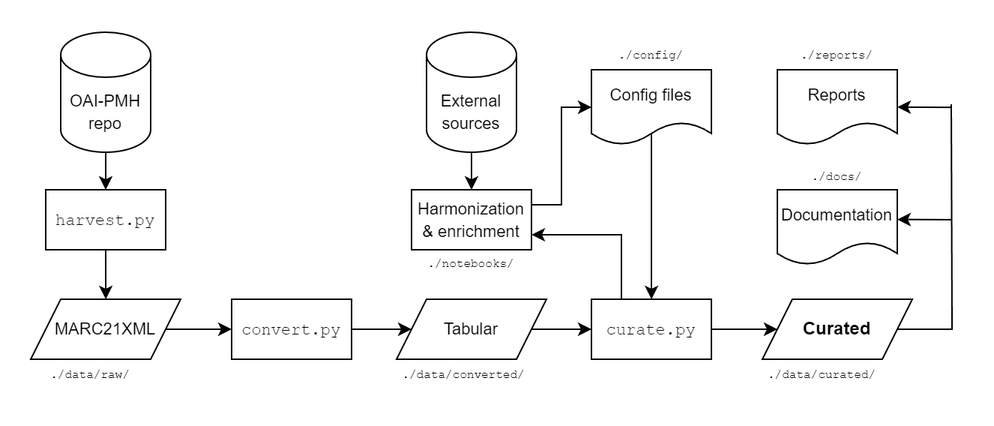
The draw.io diagram pipeline.png in RaRa-digiLab/enb-curator, before a commit. Source tidied: cells renumbered, new cells last; positions are measured from the earlier drawing's top-left corner, leaving out a move shared by most shapes. Its diagram source:
```xml
<mxGraphModel>
  <root>
    <mxCell id="0" />
    <mxCell id="1" parent="0" />
    <mxCell id="2" value="&lt;font style=&quot;font-size: 11px;&quot;&gt;OAI-PMH&lt;br&gt;repo&lt;/font&gt;" style="shape=cylinder3;whiteSpace=wrap;html=1;boundedLbl=1;backgroundOutline=1;size=15;" parent="1" vertex="1">
      <mxGeometry x="20" y="1" width="60" height="80" as="geometry" />
    </mxCell>
    <mxCell id="3" style="edgeStyle=orthogonalEdgeStyle;rounded=0;jettySize=auto;html=1;exitX=0.5;exitY=1;exitDx=0;exitDy=0;" parent="1" edge="1" source="11">
      <mxGeometry relative="1" as="geometry">
        <mxPoint x="50" y="179" as="targetPoint" />
      </mxGeometry>
    </mxCell>
    <mxCell id="4" style="edgeStyle=orthogonalEdgeStyle;rounded=0;jettySize=auto;html=1;entryX=0;entryY=0.5;entryDx=0;entryDy=0;" parent="1" edge="1" source="5" target="12">
      <mxGeometry relative="1" as="geometry" />
    </mxCell>
    <mxCell id="5" value="&lt;font style=&quot;font-size: 11px;&quot;&gt;MARC21XML&lt;/font&gt;" style="shape=parallelogram;perimeter=parallelogramPerimeter;whiteSpace=wrap;html=1;fixedSize=1;" parent="1" vertex="1">
      <mxGeometry y="179" width="100" height="40" as="geometry" />
    </mxCell>
    <mxCell id="6" style="edgeStyle=orthogonalEdgeStyle;rounded=0;jettySize=auto;html=1;exitX=1;exitY=0.5;exitDx=0;exitDy=0;entryX=0;entryY=0.5;entryDx=0;entryDy=0;" parent="1" edge="1" source="12" target="14">
      <mxGeometry relative="1" as="geometry" />
    </mxCell>
    <mxCell id="7" style="edgeStyle=orthogonalEdgeStyle;rounded=0;jettySize=auto;html=1;exitX=0.25;exitY=0;exitDx=0;exitDy=0;entryX=1;entryY=0.75;entryDx=0;entryDy=0;" parent="1" edge="1" target="18">
      <mxGeometry relative="1" as="geometry">
        <mxPoint x="394" y="179" as="sourcePoint" />
        <Array as="points">
          <mxPoint x="394" y="136" />
        </Array>
      </mxGeometry>
    </mxCell>
    <mxCell id="8" style="edgeStyle=orthogonalEdgeStyle;rounded=0;jettySize=auto;html=1;entryX=0.5;entryY=0;entryDx=0;entryDy=0;" parent="1" edge="1" source="9" target="18">
      <mxGeometry relative="1" as="geometry" />
    </mxCell>
    <mxCell id="9" value="&lt;font style=&quot;font-size: 11px;&quot;&gt;External&lt;br&gt;sources&lt;/font&gt;" style="shape=cylinder3;whiteSpace=wrap;html=1;boundedLbl=1;backgroundOutline=1;size=15;" parent="1" vertex="1">
      <mxGeometry x="264" y="1" width="60" height="80" as="geometry" />
    </mxCell>
    <mxCell id="10" style="endArrow=classic;html=1;rounded=0;exitX=0.5;exitY=1;exitDx=0;exitDy=0;exitPerimeter=0;entryX=0.5;entryY=0;entryDx=0;entryDy=0;" parent="1" edge="1" source="2" target="11">
      <mxGeometry relative="1" as="geometry" />
    </mxCell>
    <mxCell id="11" value="&lt;font style=&quot;font-size: 11px;&quot; face=&quot;Courier New&quot;&gt;harvest.py&lt;/font&gt;" style="rounded=0;whiteSpace=wrap;html=1;" parent="1" vertex="1">
      <mxGeometry x="10" y="106" width="80" height="40" as="geometry" />
    </mxCell>
    <mxCell id="12" value="&lt;font style=&quot;font-size: 11px;&quot; face=&quot;Courier New&quot;&gt;convert.py&lt;/font&gt;" style="rounded=0;whiteSpace=wrap;html=1;" parent="1" vertex="1">
      <mxGeometry x="134" y="179" width="80" height="40" as="geometry" />
    </mxCell>
    <mxCell id="13" style="edgeStyle=orthogonalEdgeStyle;rounded=0;jettySize=auto;html=1;" parent="1" edge="1" source="14" target="16">
      <mxGeometry relative="1" as="geometry" />
    </mxCell>
    <mxCell id="14" value="&lt;font style=&quot;font-size: 11px;&quot;&gt;Tabular&lt;/font&gt;" style="shape=parallelogram;perimeter=parallelogramPerimeter;whiteSpace=wrap;html=1;fixedSize=1;" parent="1" vertex="1">
      <mxGeometry x="244" y="179" width="100" height="40" as="geometry" />
    </mxCell>
    <mxCell id="15" style="edgeStyle=orthogonalEdgeStyle;rounded=0;jettySize=auto;html=1;" parent="1" edge="1" source="16" target="17">
      <mxGeometry relative="1" as="geometry" />
    </mxCell>
    <mxCell id="16" value="&lt;font style=&quot;font-size: 11px;&quot; face=&quot;Courier New&quot;&gt;curate.py&lt;/font&gt;" style="rounded=0;whiteSpace=wrap;html=1;" parent="1" vertex="1">
      <mxGeometry x="374" y="179" width="80" height="40" as="geometry" />
    </mxCell>
    <mxCell id="17" value="&lt;b&gt;Curated&lt;/b&gt;" style="shape=parallelogram;perimeter=parallelogramPerimeter;whiteSpace=wrap;html=1;fixedSize=1;" parent="1" vertex="1">
      <mxGeometry x="488" y="179" width="100" height="40" as="geometry" />
    </mxCell>
    <mxCell id="18" value="&lt;font style=&quot;font-size: 11px;&quot;&gt;Harmonization &amp;amp; enrichment&lt;/font&gt;" style="rounded=0;whiteSpace=wrap;html=1;" parent="1" vertex="1">
      <mxGeometry x="254" y="106" width="80" height="40" as="geometry" />
    </mxCell>
    <mxCell id="19" style="edgeStyle=orthogonalEdgeStyle;rounded=0;jettySize=auto;html=1;exitX=0.5;exitY=0.847;exitDx=0;exitDy=0;exitPerimeter=0;" parent="1" edge="1" source="20">
      <mxGeometry relative="1" as="geometry">
        <mxPoint x="414" y="179" as="targetPoint" />
      </mxGeometry>
    </mxCell>
    <mxCell id="20" value="&lt;font style=&quot;font-size: 11px;&quot;&gt;Config files&lt;/font&gt;" style="shape=document;whiteSpace=wrap;html=1;boundedLbl=1;" parent="1" vertex="1">
      <mxGeometry x="374" y="26" width="80" height="50" as="geometry" />
    </mxCell>
    <mxCell id="21" style="edgeStyle=orthogonalEdgeStyle;rounded=0;jettySize=auto;html=1;exitX=1;exitY=0.25;exitDx=0;exitDy=0;entryX=0;entryY=0.5;entryDx=0;entryDy=0;" parent="1" edge="1" source="18" target="20">
      <mxGeometry relative="1" as="geometry" />
    </mxCell>
    <mxCell id="22" value="&lt;font style=&quot;font-size: 11px;&quot;&gt;Documentation&lt;/font&gt;" style="shape=document;whiteSpace=wrap;html=1;boundedLbl=1;" parent="1" vertex="1">
      <mxGeometry x="498" y="106" width="80" height="50" as="geometry" />
    </mxCell>
    <mxCell id="23" value="&lt;font style=&quot;font-size: 8px;&quot; face=&quot;Courier New&quot;&gt;./data/raw/&lt;/font&gt;" style="text;html=1;align=center;verticalAlign=middle;whiteSpace=wrap;rounded=0;" parent="1" vertex="1">
      <mxGeometry x="10" y="213" width="60" height="30" as="geometry" />
    </mxCell>
    <mxCell id="24" value="&lt;font style=&quot;font-size: 8px;&quot; face=&quot;Courier New&quot;&gt;./data/converted/&lt;/font&gt;" style="text;html=1;align=center;verticalAlign=middle;whiteSpace=wrap;rounded=0;" parent="1" vertex="1">
      <mxGeometry x="259" y="213" width="60" height="30" as="geometry" />
    </mxCell>
    <mxCell id="25" value="&lt;font style=&quot;font-size: 8px;&quot; face=&quot;Courier New&quot;&gt;./data/curated/&lt;/font&gt;" style="text;html=1;align=center;verticalAlign=middle;whiteSpace=wrap;rounded=0;" parent="1" vertex="1">
      <mxGeometry x="498" y="213" width="60" height="30" as="geometry" />
    </mxCell>
    <mxCell id="26" value="&lt;font style=&quot;font-size: 8px;&quot; face=&quot;Courier New&quot;&gt;./notebooks/&lt;/font&gt;" style="text;html=1;align=center;verticalAlign=middle;whiteSpace=wrap;rounded=0;" parent="1" vertex="1">
      <mxGeometry x="264" y="139" width="60" height="30" as="geometry" />
    </mxCell>
    <mxCell id="27" value="&lt;font style=&quot;font-size: 11px;&quot;&gt;Reports&lt;/font&gt;" style="shape=document;whiteSpace=wrap;html=1;boundedLbl=1;" parent="1" vertex="1">
      <mxGeometry x="498" y="26" width="80" height="50" as="geometry" />
    </mxCell>
    <mxCell id="28" style="endArrow=none;html=1;rounded=0;exitX=1;exitY=0.5;exitDx=0;exitDy=0;edgeStyle=orthogonalEdgeStyle;strokeWidth=1;endFill=0;" parent="1" edge="1" source="17">
      <mxGeometry relative="1" as="geometry">
        <mxPoint x="614" y="49" as="targetPoint" />
      </mxGeometry>
    </mxCell>
    <mxCell id="29" style="endArrow=classic;html=1;rounded=0;entryX=0.986;entryY=0.398;entryDx=0;entryDy=0;entryPerimeter=0;" parent="1" edge="1">
      <mxGeometry relative="1" as="geometry">
        <mxPoint x="614" y="51.1" as="sourcePoint" />
        <mxPoint x="578" y="50.9" as="targetPoint" />
      </mxGeometry>
    </mxCell>
    <mxCell id="30" style="endArrow=classic;html=1;rounded=0;entryX=0.986;entryY=0.398;entryDx=0;entryDy=0;entryPerimeter=0;" parent="1" edge="1">
      <mxGeometry relative="1" as="geometry">
        <mxPoint x="614" y="126" as="sourcePoint" />
        <mxPoint x="578" y="125.8" as="targetPoint" />
      </mxGeometry>
    </mxCell>
    <mxCell id="31" value="&lt;font style=&quot;font-size: 8px;&quot; face=&quot;Courier New&quot;&gt;./config/&lt;/font&gt;" style="text;html=1;align=center;verticalAlign=middle;whiteSpace=wrap;rounded=0;" parent="1" vertex="1">
      <mxGeometry x="384" width="60" height="30" as="geometry" />
    </mxCell>
    <mxCell id="32" value="&lt;font style=&quot;font-size: 8px;&quot; face=&quot;Courier New&quot;&gt;./reports/&lt;/font&gt;" style="text;html=1;align=center;verticalAlign=middle;whiteSpace=wrap;rounded=0;" parent="1" vertex="1">
      <mxGeometry x="508" width="60" height="30" as="geometry" />
    </mxCell>
    <mxCell id="33" value="&lt;font style=&quot;font-size: 8px;&quot; face=&quot;Courier New&quot;&gt;./docs/&lt;/font&gt;" style="text;html=1;align=center;verticalAlign=middle;whiteSpace=wrap;rounded=0;" parent="1" vertex="1">
      <mxGeometry x="508" y="81" width="60" height="30" as="geometry" />
    </mxCell>
  </root>
</mxGraphModel>
```
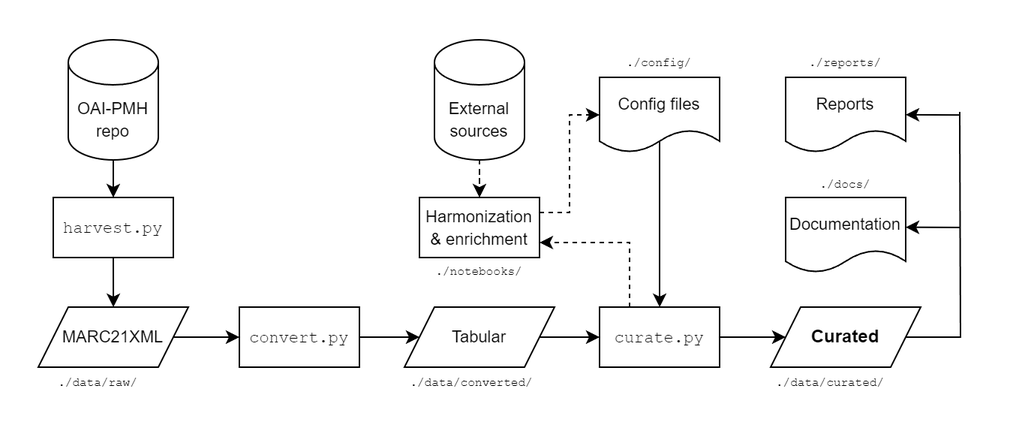
After the change.

Commit message:
add dashed lines

Change to the diagram source:
```diff
@@ -19,7 +19,7 @@
     <mxCell id="6" style="edgeStyle=orthogonalEdgeStyle;rounded=0;jettySize=auto;html=1;exitX=1;exitY=0.5;exitDx=0;exitDy=0;entryX=0;entryY=0.5;entryDx=0;entryDy=0;" parent="1" edge="1" source="12" target="14">
       <mxGeometry relative="1" as="geometry" />
     </mxCell>
-    <mxCell id="7" style="edgeStyle=orthogonalEdgeStyle;rounded=0;jettySize=auto;html=1;exitX=0.25;exitY=0;exitDx=0;exitDy=0;entryX=1;entryY=0.75;entryDx=0;entryDy=0;" parent="1" edge="1" target="18">
+    <mxCell id="7" style="edgeStyle=orthogonalEdgeStyle;rounded=0;jettySize=auto;html=1;exitX=0.25;exitY=0;exitDx=0;exitDy=0;entryX=1;entryY=0.75;entryDx=0;entryDy=0;dashed=1;" parent="1" edge="1" target="18">
       <mxGeometry relative="1" as="geometry">
         <mxPoint x="394" y="179" as="sourcePoint" />
         <Array as="points">
@@ -27,7 +27,7 @@
         </Array>
       </mxGeometry>
     </mxCell>
-    <mxCell id="8" style="edgeStyle=orthogonalEdgeStyle;rounded=0;jettySize=auto;html=1;entryX=0.5;entryY=0;entryDx=0;entryDy=0;" parent="1" edge="1" source="9" target="18">
+    <mxCell id="8" style="edgeStyle=orthogonalEdgeStyle;rounded=0;jettySize=auto;html=1;entryX=0.5;entryY=0;entryDx=0;entryDy=0;dashed=1;" parent="1" edge="1" source="9" target="18">
       <mxGeometry relative="1" as="geometry" />
     </mxCell>
     <mxCell id="9" value="&lt;font style=&quot;font-size: 11px;&quot;&gt;External&lt;br&gt;sources&lt;/font&gt;" style="shape=cylinder3;whiteSpace=wrap;html=1;boundedLbl=1;backgroundOutline=1;size=15;" parent="1" vertex="1">
@@ -68,7 +68,7 @@
     <mxCell id="20" value="&lt;font style=&quot;font-size: 11px;&quot;&gt;Config files&lt;/font&gt;" style="shape=document;whiteSpace=wrap;html=1;boundedLbl=1;" parent="1" vertex="1">
       <mxGeometry x="374" y="26" width="80" height="50" as="geometry" />
     </mxCell>
-    <mxCell id="21" style="edgeStyle=orthogonalEdgeStyle;rounded=0;jettySize=auto;html=1;exitX=1;exitY=0.25;exitDx=0;exitDy=0;entryX=0;entryY=0.5;entryDx=0;entryDy=0;" parent="1" edge="1" source="18" target="20">
+    <mxCell id="21" style="edgeStyle=orthogonalEdgeStyle;rounded=0;jettySize=auto;html=1;exitX=1;exitY=0.25;exitDx=0;exitDy=0;entryX=0;entryY=0.5;entryDx=0;entryDy=0;dashed=1;" parent="1" edge="1" source="18" target="20">
       <mxGeometry relative="1" as="geometry" />
     </mxCell>
     <mxCell id="22" value="&lt;font style=&quot;font-size: 11px;&quot;&gt;Documentation&lt;/font&gt;" style="shape=document;whiteSpace=wrap;html=1;boundedLbl=1;" parent="1" vertex="1">
```
